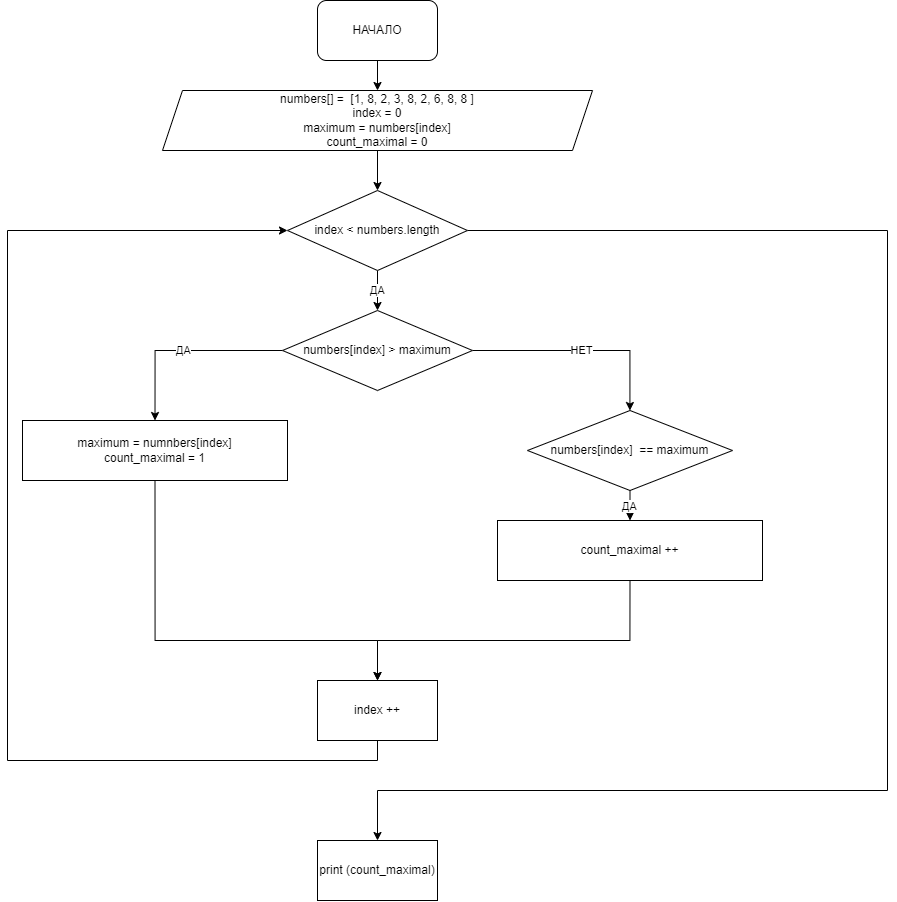
This is Algorytm/Untitled Diagram.drawio.png from jokerjam-s/GeekBrainst, a draw.io export, as it was before one commit. Source tidied: cells renumbered, new cells last; positions are measured from the earlier drawing's top-left corner, leaving out a move shared by most shapes. Its diagram source:
```xml
<mxGraphModel>
  <root>
    <mxCell id="0" />
    <mxCell id="1" parent="0" />
    <mxCell id="2" style="edgeStyle=orthogonalEdgeStyle;rounded=0;jettySize=auto;html=1;exitX=0.5;exitY=1;exitDx=0;exitDy=0;entryX=0.5;entryY=0;entryDx=0;entryDy=0;" parent="1" edge="1" source="3" target="5">
      <mxGeometry relative="1" as="geometry" />
    </mxCell>
    <mxCell id="3" value="НАЧАЛО" style="rounded=1;whiteSpace=wrap;html=1;" parent="1" vertex="1">
      <mxGeometry x="310" width="120" height="60" as="geometry" />
    </mxCell>
    <mxCell id="4" style="edgeStyle=orthogonalEdgeStyle;rounded=0;jettySize=auto;html=1;exitX=0.5;exitY=1;exitDx=0;exitDy=0;entryX=0.5;entryY=0;entryDx=0;entryDy=0;" parent="1" edge="1" source="5" target="8">
      <mxGeometry relative="1" as="geometry" />
    </mxCell>
    <mxCell id="5" value="numbers[] =&amp;nbsp; [1, 8, 2, 3, 8, 2, 6, 8, 8 ]&lt;br&gt;index = 0&lt;br&gt;maximum = numbers[index]&lt;br&gt;count_maximal = 0" style="shape=parallelogram;perimeter=parallelogramPerimeter;whiteSpace=wrap;html=1;fixedSize=1;" parent="1" vertex="1">
      <mxGeometry x="155" y="90" width="430" height="60" as="geometry" />
    </mxCell>
    <mxCell id="6" value="ДА" style="edgeStyle=orthogonalEdgeStyle;rounded=0;jettySize=auto;html=1;exitX=0.5;exitY=1;exitDx=0;exitDy=0;entryX=0.5;entryY=0;entryDx=0;entryDy=0;" parent="1" edge="1" source="8" target="11">
      <mxGeometry relative="1" as="geometry" />
    </mxCell>
    <mxCell id="7" style="edgeStyle=orthogonalEdgeStyle;rounded=0;jettySize=auto;html=1;exitX=1;exitY=0.5;exitDx=0;exitDy=0;entryX=0.5;entryY=0;entryDx=0;entryDy=0;" parent="1" edge="1" source="8" target="20">
      <mxGeometry relative="1" as="geometry">
        <Array as="points">
          <mxPoint x="880" y="230" />
          <mxPoint x="880" y="790" />
          <mxPoint x="370" y="790" />
        </Array>
      </mxGeometry>
    </mxCell>
    <mxCell id="8" value="index &amp;lt; numbers.length" style="rhombus;whiteSpace=wrap;html=1;" parent="1" vertex="1">
      <mxGeometry x="280" y="190" width="180" height="80" as="geometry" />
    </mxCell>
    <mxCell id="9" value="ДА" style="edgeStyle=orthogonalEdgeStyle;rounded=0;jettySize=auto;html=1;exitX=0;exitY=0.5;exitDx=0;exitDy=0;entryX=0.5;entryY=0;entryDx=0;entryDy=0;" parent="1" edge="1" source="11" target="13">
      <mxGeometry relative="1" as="geometry" />
    </mxCell>
    <mxCell id="10" value="НЕТ" style="edgeStyle=orthogonalEdgeStyle;rounded=0;jettySize=auto;html=1;exitX=1;exitY=0.5;exitDx=0;exitDy=0;" parent="1" edge="1" source="11" target="17">
      <mxGeometry relative="1" as="geometry" />
    </mxCell>
    <mxCell id="11" value="numbers[index] &amp;gt; maximum" style="rhombus;whiteSpace=wrap;html=1;" parent="1" vertex="1">
      <mxGeometry x="275" y="310" width="190" height="80" as="geometry" />
    </mxCell>
    <mxCell id="12" style="edgeStyle=orthogonalEdgeStyle;rounded=0;jettySize=auto;html=1;exitX=0.5;exitY=1;exitDx=0;exitDy=0;" parent="1" edge="1" source="13">
      <mxGeometry relative="1" as="geometry">
        <mxPoint x="370" y="680" as="targetPoint" />
        <Array as="points">
          <mxPoint x="148" y="640" />
          <mxPoint x="370" y="640" />
        </Array>
      </mxGeometry>
    </mxCell>
    <mxCell id="13" value="maximum = numnbers[index]&lt;br&gt;count_maximal = 1" style="rounded=0;whiteSpace=wrap;html=1;" parent="1" vertex="1">
      <mxGeometry x="15" y="420" width="265" height="60" as="geometry" />
    </mxCell>
    <mxCell id="14" style="edgeStyle=orthogonalEdgeStyle;rounded=0;jettySize=auto;html=1;exitX=0.5;exitY=1;exitDx=0;exitDy=0;entryX=0.5;entryY=0;entryDx=0;entryDy=0;" parent="1" edge="1" source="15" target="19">
      <mxGeometry relative="1" as="geometry">
        <Array as="points">
          <mxPoint x="623" y="640" />
          <mxPoint x="370" y="640" />
        </Array>
      </mxGeometry>
    </mxCell>
    <mxCell id="15" value="count_maximal ++" style="rounded=0;whiteSpace=wrap;html=1;" parent="1" vertex="1">
      <mxGeometry x="490" y="520" width="265" height="60" as="geometry" />
    </mxCell>
    <mxCell id="16" value="ДА" style="edgeStyle=orthogonalEdgeStyle;rounded=0;jettySize=auto;html=1;exitX=0.5;exitY=1;exitDx=0;exitDy=0;entryX=0.5;entryY=0;entryDx=0;entryDy=0;" parent="1" edge="1" source="17" target="15">
      <mxGeometry relative="1" as="geometry" />
    </mxCell>
    <mxCell id="17" value="numbers[index]&amp;nbsp; == maximum" style="rhombus;whiteSpace=wrap;html=1;" parent="1" vertex="1">
      <mxGeometry x="520" y="410" width="205" height="80" as="geometry" />
    </mxCell>
    <mxCell id="18" style="edgeStyle=orthogonalEdgeStyle;rounded=0;jettySize=auto;html=1;exitX=0.5;exitY=1;exitDx=0;exitDy=0;entryX=0;entryY=0.5;entryDx=0;entryDy=0;" parent="1" edge="1" source="19" target="8">
      <mxGeometry relative="1" as="geometry">
        <Array as="points">
          <mxPoint x="370" y="760" />
          <mxPoint y="760" />
          <mxPoint y="230" />
        </Array>
      </mxGeometry>
    </mxCell>
    <mxCell id="19" value="index ++" style="rounded=0;whiteSpace=wrap;html=1;" parent="1" vertex="1">
      <mxGeometry x="310" y="680" width="120" height="60" as="geometry" />
    </mxCell>
    <mxCell id="20" value="print (count_maximal)" style="rounded=0;whiteSpace=wrap;html=1;" parent="1" vertex="1">
      <mxGeometry x="310" y="840" width="120" height="60" as="geometry" />
    </mxCell>
  </root>
</mxGraphModel>
```
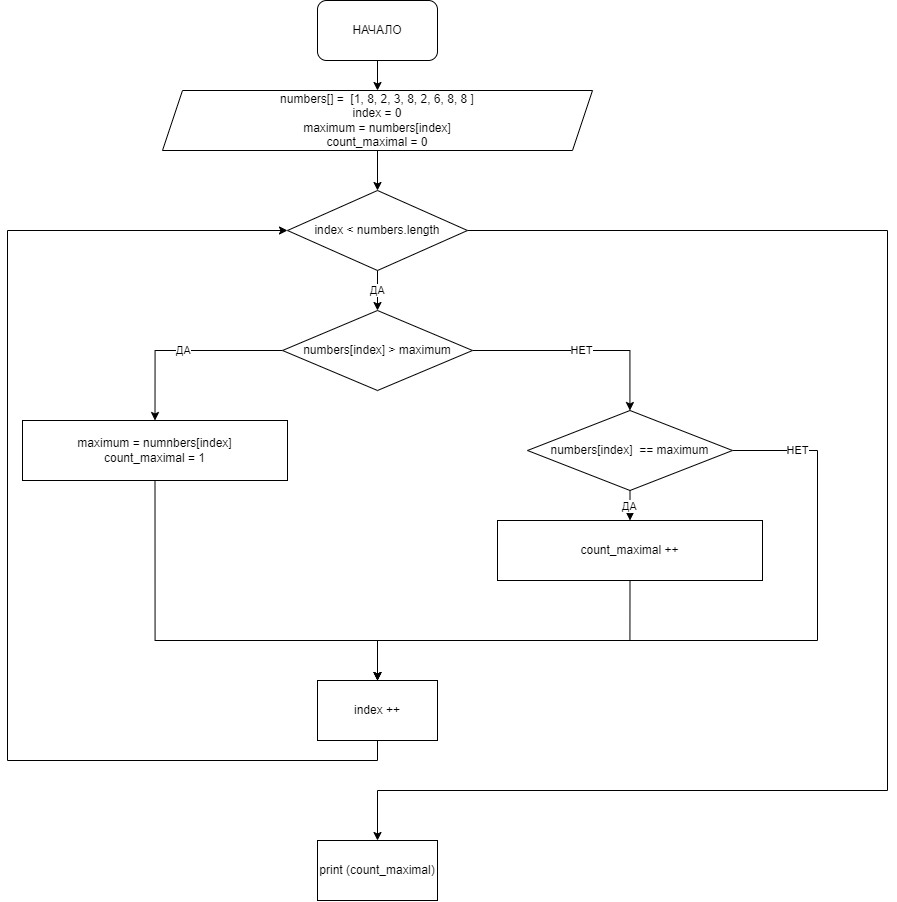
Above is the later version.

What changed in the source:
```diff
@@ -64,6 +64,16 @@
     <mxCell id="16" value="ДА" style="edgeStyle=orthogonalEdgeStyle;rounded=0;jettySize=auto;html=1;exitX=0.5;exitY=1;exitDx=0;exitDy=0;entryX=0.5;entryY=0;entryDx=0;entryDy=0;" parent="1" edge="1" source="17" target="15">
       <mxGeometry relative="1" as="geometry" />
     </mxCell>
+    <mxCell id="21" value="НЕТ" style="edgeStyle=orthogonalEdgeStyle;rounded=0;jettySize=auto;html=1;entryX=0.5;entryY=0;entryDx=0;entryDy=0;" parent="1" edge="1" source="17" target="19">
+      <mxGeometry x="-0.83" relative="1" as="geometry">
+        <Array as="points">
+          <mxPoint x="810" y="450" />
+          <mxPoint x="810" y="640" />
+          <mxPoint x="370" y="640" />
+        </Array>
+        <mxPoint x="-1" as="offset" />
+      </mxGeometry>
+    </mxCell>
     <mxCell id="17" value="numbers[index]&amp;nbsp; == maximum" style="rhombus;whiteSpace=wrap;html=1;" parent="1" vertex="1">
       <mxGeometry x="520" y="410" width="205" height="80" as="geometry" />
     </mxCell>
```
